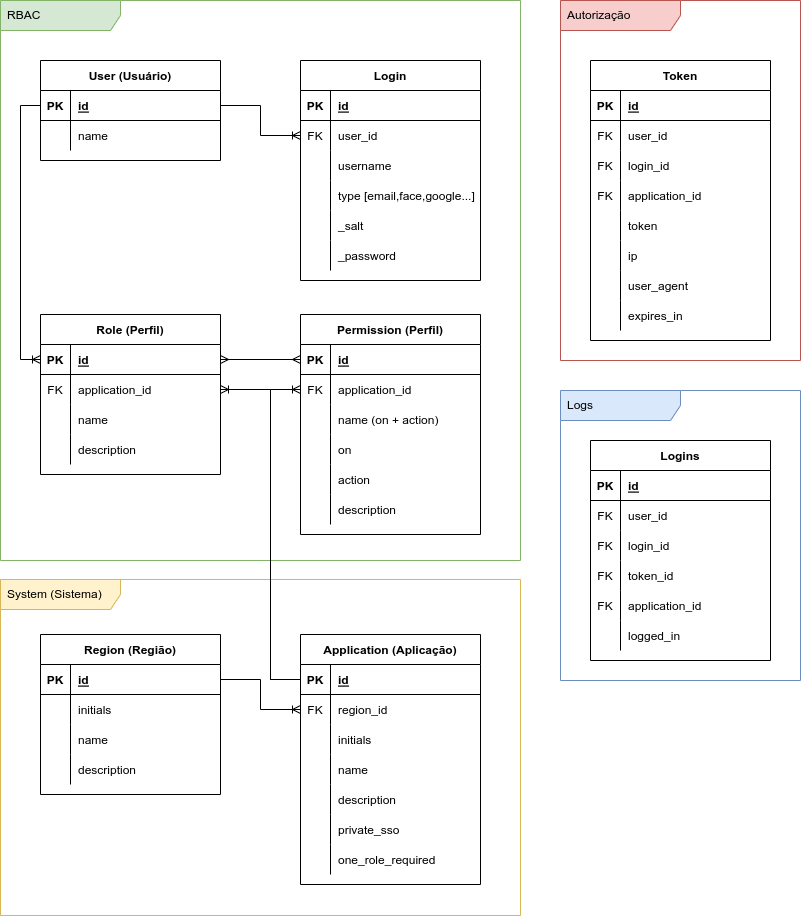
This is docs/diagramas/database.drawio.png from thalamusfiles/iam, a draw.io export, as it was before one commit. Source tidied: cells renumbered, new cells last; positions are measured from the earlier drawing's top-left corner, leaving out a move shared by most shapes.
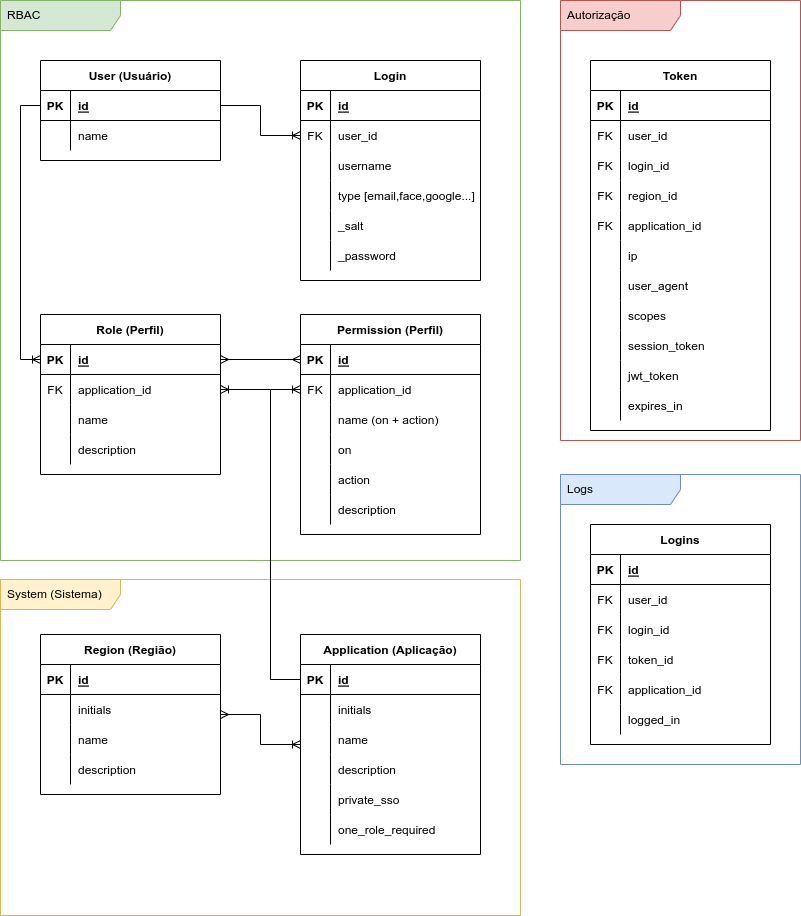
After the change.

The edit, as a diff of the source:
```diff
@@ -6,7 +6,7 @@
       <mxGeometry width="520" height="560" as="geometry" />
     </mxCell>
     <mxCell id="3" value="Autorização" style="shape=umlFrame;whiteSpace=wrap;html=1;width=120;height=30;boundedLbl=1;verticalAlign=middle;align=left;spacingLeft=5;fillColor=#f8cecc;strokeColor=#b85450;swimlaneFillColor=default;" parent="1" vertex="1">
-      <mxGeometry x="560" width="240" height="360" as="geometry" />
+      <mxGeometry x="560" width="240" height="440" as="geometry" />
     </mxCell>
     <mxCell id="4" style="edgeStyle=orthogonalEdgeStyle;rounded=0;jettySize=auto;html=1;endArrow=ERoneToMany;endFill=0;" parent="1" edge="1" source="6" target="13">
       <mxGeometry relative="1" as="geometry">
@@ -179,7 +179,7 @@
       <mxGeometry x="30" width="150" height="30" as="geometry" />
     </mxCell>
     <mxCell id="59" value="Application (Aplicação)" style="shape=table;startSize=30;rowLines=0;fontStyle=1;align=center;" parent="1" vertex="1">
-      <mxGeometry x="300" y="634" width="180" height="250" as="geometry" />
+      <mxGeometry x="300" y="634" width="180" height="220" as="geometry" />
     </mxCell>
     <mxCell id="60" style="shape=tableRow;horizontal=0;startSize=0;swimlaneHead=0;swimlaneBody=0;fillColor=none;points=[[0,0.5],[1,0.5]];portConstraint=eastwest;top=0;left=0;right=0;bottom=1;" parent="59" vertex="1">
       <mxGeometry y="30" width="180" height="30" as="geometry" />
@@ -190,17 +190,8 @@
     <mxCell id="62" value="id" style="shape=partialRectangle;fillColor=none;top=0;left=0;bottom=0;right=0;align=left;spacingLeft=6;fontStyle=5;overflow=hidden;" parent="60" vertex="1">
       <mxGeometry x="30" width="150" height="30" as="geometry" />
     </mxCell>
-    <mxCell id="63" style="shape=tableRow;horizontal=0;startSize=0;swimlaneHead=0;swimlaneBody=0;fillColor=none;points=[[0,0.5],[1,0.5]];portConstraint=eastwest;top=0;left=0;right=0;bottom=0;" parent="59" vertex="1">
-      <mxGeometry y="60" width="180" height="30" as="geometry" />
-    </mxCell>
-    <mxCell id="64" value="FK" style="shape=partialRectangle;fillColor=none;top=0;left=0;bottom=0;right=0;fontStyle=0;overflow=hidden;" parent="63" vertex="1">
-      <mxGeometry width="30" height="30" as="geometry" />
-    </mxCell>
-    <mxCell id="65" value="region_id" style="shape=partialRectangle;fillColor=none;top=0;left=0;bottom=0;right=0;align=left;spacingLeft=6;fontStyle=0;overflow=hidden;" parent="63" vertex="1">
-      <mxGeometry x="30" width="150" height="30" as="geometry" />
-    </mxCell>
     <mxCell id="66" style="shape=tableRow;horizontal=0;startSize=0;swimlaneHead=0;swimlaneBody=0;fillColor=none;top=0;left=0;right=0;bottom=0;" parent="59" vertex="1">
-      <mxGeometry y="90" width="180" height="30" as="geometry" />
+      <mxGeometry y="60" width="180" height="30" as="geometry" />
     </mxCell>
     <mxCell id="67" style="shape=partialRectangle;fillColor=none;top=0;left=0;bottom=0;right=0;overflow=hidden;" parent="66" vertex="1">
       <mxGeometry width="30" height="30" as="geometry" />
@@ -209,7 +200,7 @@
       <mxGeometry x="30" width="150" height="30" as="geometry" />
     </mxCell>
     <mxCell id="69" style="shape=tableRow;horizontal=0;startSize=0;swimlaneHead=0;swimlaneBody=0;fillColor=none;top=0;left=0;right=0;bottom=0;" parent="59" vertex="1">
-      <mxGeometry y="120" width="180" height="30" as="geometry" />
+      <mxGeometry y="90" width="180" height="30" as="geometry" />
     </mxCell>
     <mxCell id="70" style="shape=partialRectangle;fillColor=none;top=0;left=0;bottom=0;right=0;overflow=hidden;" parent="69" vertex="1">
       <mxGeometry width="30" height="30" as="geometry" />
@@ -218,7 +209,7 @@
       <mxGeometry x="30" width="150" height="30" as="geometry" />
     </mxCell>
     <mxCell id="72" style="shape=tableRow;horizontal=0;startSize=0;swimlaneHead=0;swimlaneBody=0;fillColor=none;top=0;left=0;right=0;bottom=0;" parent="59" vertex="1">
-      <mxGeometry y="150" width="180" height="30" as="geometry" />
+      <mxGeometry y="120" width="180" height="30" as="geometry" />
     </mxCell>
     <mxCell id="73" style="shape=partialRectangle;fillColor=none;top=0;left=0;bottom=0;right=0;overflow=hidden;" parent="72" vertex="1">
       <mxGeometry width="30" height="30" as="geometry" />
@@ -227,7 +218,7 @@
       <mxGeometry x="30" width="150" height="30" as="geometry" />
     </mxCell>
     <mxCell id="75" style="shape=tableRow;horizontal=0;startSize=0;swimlaneHead=0;swimlaneBody=0;fillColor=none;top=0;left=0;right=0;bottom=0;" parent="59" vertex="1">
-      <mxGeometry y="180" width="180" height="30" as="geometry" />
+      <mxGeometry y="150" width="180" height="30" as="geometry" />
     </mxCell>
     <mxCell id="76" style="shape=partialRectangle;fillColor=none;top=0;left=0;bottom=0;right=0;overflow=hidden;" parent="75" vertex="1">
       <mxGeometry width="30" height="30" as="geometry" />
@@ -236,7 +227,7 @@
       <mxGeometry x="30" width="150" height="30" as="geometry" />
     </mxCell>
     <mxCell id="78" style="shape=tableRow;horizontal=0;startSize=0;swimlaneHead=0;swimlaneBody=0;fillColor=none;top=0;left=0;right=0;bottom=0;" parent="59" vertex="1">
-      <mxGeometry y="210" width="180" height="30" as="geometry" />
+      <mxGeometry y="180" width="180" height="30" as="geometry" />
     </mxCell>
     <mxCell id="79" style="shape=partialRectangle;fillColor=none;top=0;left=0;bottom=0;right=0;overflow=hidden;" parent="78" vertex="1">
       <mxGeometry width="30" height="30" as="geometry" />
@@ -244,7 +235,7 @@
     <mxCell id="80" value="one_role_required" style="shape=partialRectangle;fillColor=none;top=0;left=0;bottom=0;right=0;align=left;spacingLeft=6;overflow=hidden;" parent="78" vertex="1">
       <mxGeometry x="30" width="150" height="30" as="geometry" />
     </mxCell>
-    <mxCell id="81" style="edgeStyle=orthogonalEdgeStyle;rounded=0;jettySize=auto;html=1;endArrow=ERoneToMany;endFill=0;" parent="1" edge="1" source="47" target="63">
+    <mxCell id="81" style="edgeStyle=orthogonalEdgeStyle;rounded=0;jettySize=auto;html=1;endArrow=ERoneToMany;endFill=0;startArrow=ERmany;startFill=0;" parent="1" edge="1" source="46" target="59">
       <mxGeometry relative="1" as="geometry" />
     </mxCell>
     <mxCell id="82" style="edgeStyle=orthogonalEdgeStyle;rounded=0;jettySize=auto;html=1;endArrow=ERoneToMany;endFill=0;" parent="1" edge="1" source="60" target="30">
@@ -329,7 +320,7 @@
       </mxGeometry>
     </mxCell>
     <mxCell id="104" value="Token" style="shape=table;startSize=30;rowLines=0;fontStyle=1;align=center;" parent="1" vertex="1">
-      <mxGeometry x="590" y="60" width="180" height="280" as="geometry" />
+      <mxGeometry x="590" y="60" width="180" height="370" as="geometry" />
     </mxCell>
     <mxCell id="105" style="shape=tableRow;horizontal=0;startSize=0;swimlaneHead=0;swimlaneBody=0;fillColor=none;top=0;left=0;right=0;bottom=1;" parent="104" vertex="1">
       <mxGeometry y="30" width="180" height="30" as="geometry" />
@@ -358,8 +349,17 @@
     <mxCell id="113" value="login_id" style="shape=partialRectangle;fillColor=none;top=0;left=0;bottom=0;right=0;align=left;spacingLeft=6;fontStyle=0;overflow=hidden;" parent="111" vertex="1">
       <mxGeometry x="30" width="150" height="30" as="geometry" />
     </mxCell>
+    <mxCell id="149" style="shape=tableRow;horizontal=0;startSize=0;swimlaneHead=0;swimlaneBody=0;fillColor=none;top=0;left=0;right=0;bottom=0;" parent="104" vertex="1">
+      <mxGeometry y="120" width="180" height="30" as="geometry" />
+    </mxCell>
+    <mxCell id="64" value="FK" style="shape=partialRectangle;fillColor=none;top=0;left=0;bottom=0;right=0;fontStyle=0;overflow=hidden;" parent="149" vertex="1">
+      <mxGeometry width="30" height="30" as="geometry" />
+    </mxCell>
+    <mxCell id="65" value="region_id" style="shape=partialRectangle;fillColor=none;top=0;left=0;bottom=0;right=0;align=left;spacingLeft=6;fontStyle=0;overflow=hidden;" parent="149" vertex="1">
+      <mxGeometry x="30" width="150" height="30" as="geometry" />
+    </mxCell>
     <mxCell id="114" style="shape=tableRow;horizontal=0;startSize=0;swimlaneHead=0;swimlaneBody=0;fillColor=none;top=0;left=0;right=0;bottom=0;" parent="104" vertex="1">
-      <mxGeometry y="120" width="180" height="30" as="geometry" />
+      <mxGeometry y="150" width="180" height="30" as="geometry" />
     </mxCell>
     <mxCell id="115" value="FK" style="shape=partialRectangle;fillColor=none;top=0;left=0;bottom=0;right=0;fontStyle=0;overflow=hidden;" parent="114" vertex="1">
       <mxGeometry width="30" height="30" as="geometry" />
@@ -367,35 +367,53 @@
     <mxCell id="116" value="application_id" style="shape=partialRectangle;fillColor=none;top=0;left=0;bottom=0;right=0;align=left;spacingLeft=6;fontStyle=0;overflow=hidden;" parent="114" vertex="1">
       <mxGeometry x="30" width="150" height="30" as="geometry" />
     </mxCell>
+    <mxCell id="150" style="shape=tableRow;horizontal=0;startSize=0;swimlaneHead=0;swimlaneBody=0;fillColor=none;top=0;left=0;right=0;bottom=0;" parent="104" vertex="1">
+      <mxGeometry y="180" width="180" height="30" as="geometry" />
+    </mxCell>
+    <mxCell id="151" style="shape=partialRectangle;fillColor=none;top=0;left=0;bottom=0;right=0;overflow=hidden;" parent="150" vertex="1">
+      <mxGeometry width="30" height="30" as="geometry" />
+    </mxCell>
+    <mxCell id="152" value="ip" style="shape=partialRectangle;fillColor=none;top=0;left=0;bottom=0;right=0;align=left;spacingLeft=6;overflow=hidden;" parent="150" vertex="1">
+      <mxGeometry x="30" width="150" height="30" as="geometry" />
+    </mxCell>
+    <mxCell id="123" style="shape=tableRow;horizontal=0;startSize=0;swimlaneHead=0;swimlaneBody=0;fillColor=none;top=0;left=0;right=0;bottom=0;" parent="104" vertex="1">
+      <mxGeometry y="210" width="180" height="30" as="geometry" />
+    </mxCell>
+    <mxCell id="124" style="shape=partialRectangle;fillColor=none;top=0;left=0;bottom=0;right=0;overflow=hidden;" parent="123" vertex="1">
+      <mxGeometry width="30" height="30" as="geometry" />
+    </mxCell>
+    <mxCell id="125" value="user_agent" style="shape=partialRectangle;fillColor=none;top=0;left=0;bottom=0;right=0;align=left;spacingLeft=6;overflow=hidden;" parent="123" vertex="1">
+      <mxGeometry x="30" width="150" height="30" as="geometry" />
+    </mxCell>
+    <mxCell id="120" style="shape=tableRow;horizontal=0;startSize=0;swimlaneHead=0;swimlaneBody=0;fillColor=none;top=0;left=0;right=0;bottom=0;" parent="104" vertex="1">
+      <mxGeometry y="240" width="180" height="30" as="geometry" />
+    </mxCell>
+    <mxCell id="121" style="shape=partialRectangle;fillColor=none;top=0;left=0;bottom=0;right=0;overflow=hidden;" parent="120" vertex="1">
+      <mxGeometry width="30" height="30" as="geometry" />
+    </mxCell>
+    <mxCell id="122" value="scopes" style="shape=partialRectangle;fillColor=none;top=0;left=0;bottom=0;right=0;align=left;spacingLeft=6;overflow=hidden;" parent="120" vertex="1">
+      <mxGeometry x="30" width="150" height="30" as="geometry" />
+    </mxCell>
+    <mxCell id="153" style="shape=tableRow;horizontal=0;startSize=0;swimlaneHead=0;swimlaneBody=0;fillColor=none;top=0;left=0;right=0;bottom=0;" parent="104" vertex="1">
+      <mxGeometry y="270" width="180" height="30" as="geometry" />
+    </mxCell>
+    <mxCell id="154" style="shape=partialRectangle;fillColor=none;top=0;left=0;bottom=0;right=0;overflow=hidden;" parent="153" vertex="1">
+      <mxGeometry width="30" height="30" as="geometry" />
+    </mxCell>
+    <mxCell id="155" value="session_token" style="shape=partialRectangle;fillColor=none;top=0;left=0;bottom=0;right=0;align=left;spacingLeft=6;overflow=hidden;" parent="153" vertex="1">
+      <mxGeometry x="30" width="150" height="30" as="geometry" />
+    </mxCell>
     <mxCell id="117" style="shape=tableRow;horizontal=0;startSize=0;swimlaneHead=0;swimlaneBody=0;fillColor=none;top=0;left=0;right=0;bottom=0;" parent="104" vertex="1">
-      <mxGeometry y="150" width="180" height="30" as="geometry" />
+      <mxGeometry y="300" width="180" height="30" as="geometry" />
     </mxCell>
     <mxCell id="118" style="shape=partialRectangle;fillColor=none;top=0;left=0;bottom=0;right=0;overflow=hidden;" parent="117" vertex="1">
       <mxGeometry width="30" height="30" as="geometry" />
     </mxCell>
-    <mxCell id="119" value="token" style="shape=partialRectangle;fillColor=none;top=0;left=0;bottom=0;right=0;align=left;spacingLeft=6;overflow=hidden;" parent="117" vertex="1">
+    <mxCell id="119" value="jwt_token" style="shape=partialRectangle;fillColor=none;top=0;left=0;bottom=0;right=0;align=left;spacingLeft=6;overflow=hidden;" parent="117" vertex="1">
       <mxGeometry x="30" width="150" height="30" as="geometry" />
     </mxCell>
-    <mxCell id="120" style="shape=tableRow;horizontal=0;startSize=0;swimlaneHead=0;swimlaneBody=0;fillColor=none;top=0;left=0;right=0;bottom=0;" parent="104" vertex="1">
-      <mxGeometry y="180" width="180" height="30" as="geometry" />
-    </mxCell>
-    <mxCell id="121" style="shape=partialRectangle;fillColor=none;top=0;left=0;bottom=0;right=0;overflow=hidden;" parent="120" vertex="1">
-      <mxGeometry width="30" height="30" as="geometry" />
-    </mxCell>
-    <mxCell id="122" value="ip" style="shape=partialRectangle;fillColor=none;top=0;left=0;bottom=0;right=0;align=left;spacingLeft=6;overflow=hidden;" parent="120" vertex="1">
-      <mxGeometry x="30" width="150" height="30" as="geometry" />
-    </mxCell>
-    <mxCell id="123" style="shape=tableRow;horizontal=0;startSize=0;swimlaneHead=0;swimlaneBody=0;fillColor=none;top=0;left=0;right=0;bottom=0;" parent="104" vertex="1">
-      <mxGeometry y="210" width="180" height="30" as="geometry" />
-    </mxCell>
-    <mxCell id="124" style="shape=partialRectangle;fillColor=none;top=0;left=0;bottom=0;right=0;overflow=hidden;" parent="123" vertex="1">
-      <mxGeometry width="30" height="30" as="geometry" />
-    </mxCell>
-    <mxCell id="125" value="user_agent" style="shape=partialRectangle;fillColor=none;top=0;left=0;bottom=0;right=0;align=left;spacingLeft=6;overflow=hidden;" parent="123" vertex="1">
-      <mxGeometry x="30" width="150" height="30" as="geometry" />
-    </mxCell>
     <mxCell id="126" style="shape=tableRow;horizontal=0;startSize=0;swimlaneHead=0;swimlaneBody=0;fillColor=none;top=0;left=0;right=0;bottom=0;" parent="104" vertex="1">
-      <mxGeometry y="240" width="180" height="30" as="geometry" />
+      <mxGeometry y="330" width="180" height="30" as="geometry" />
     </mxCell>
     <mxCell id="127" style="shape=partialRectangle;fillColor=none;top=0;left=0;bottom=0;right=0;overflow=hidden;" parent="126" vertex="1">
       <mxGeometry width="30" height="30" as="geometry" />
@@ -404,10 +422,10 @@
       <mxGeometry x="30" width="150" height="30" as="geometry" />
     </mxCell>
     <mxCell id="129" value="Logs" style="shape=umlFrame;whiteSpace=wrap;html=1;width=120;height=30;boundedLbl=1;verticalAlign=middle;align=left;spacingLeft=5;fillColor=#dae8fc;strokeColor=#6c8ebf;swimlaneFillColor=default;" parent="1" vertex="1">
-      <mxGeometry x="560" y="390" width="240" height="290" as="geometry" />
+      <mxGeometry x="560" y="474" width="240" height="290" as="geometry" />
     </mxCell>
     <mxCell id="130" value="Logins" style="shape=table;startSize=30;rowLines=0;fontStyle=1;align=center;" parent="1" vertex="1">
-      <mxGeometry x="590" y="440" width="180" height="220" as="geometry" />
+      <mxGeometry x="590" y="524" width="180" height="220" as="geometry" />
     </mxCell>
     <mxCell id="131" style="shape=tableRow;horizontal=0;startSize=0;swimlaneHead=0;swimlaneBody=0;fillColor=none;top=0;left=0;right=0;bottom=1;" parent="130" vertex="1">
       <mxGeometry y="30" width="180" height="30" as="geometry" />
```
